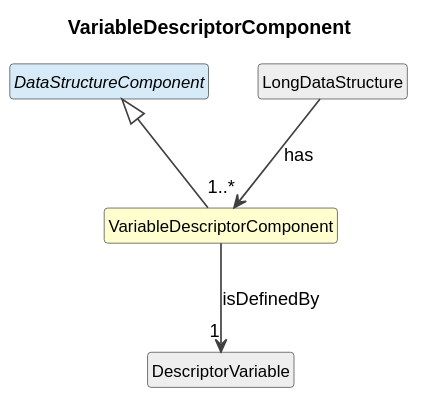
Before: cdif-uml-model/_plantuml/cdifDataStructure/Classes/VariableDescriptorComponent.svg, a diagram exported from PlantUML (Cross-Domain-Interoperability-Framework/metadataBuildingBlocks).
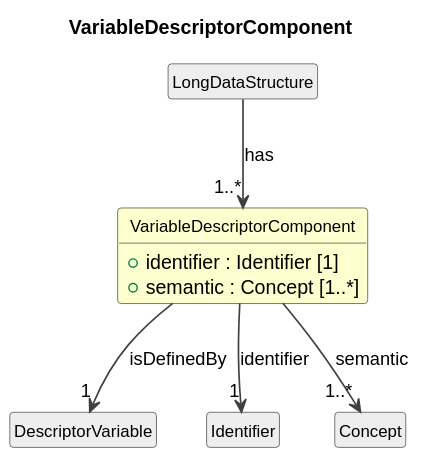
Later version of the same file.

The edit, as a diff of the source:
```diff
@@ -10,11 +10,16 @@
   FontSize 12
 }
 
-class "VariableDescriptorComponent" as VariableDescriptorComponent #FEFECE
-abstract class "DataStructureComponent" as DataStructureComponent #D6EAF8
-DataStructureComponent <|-- VariableDescriptorComponent
+class "VariableDescriptorComponent" as VariableDescriptorComponent #FEFECE {
+  +identifier : Identifier [1]
+  +semantic : Concept [1..*]
+}
 class "LongDataStructure" as LongDataStructure #EEEEEE
 LongDataStructure --> "1..*" VariableDescriptorComponent : has
 class "DescriptorVariable" as DescriptorVariable #EEEEEE
 VariableDescriptorComponent --> "1" DescriptorVariable : isDefinedBy
+class "Identifier" as Identifier #EEEEEE
+VariableDescriptorComponent --> "1" Identifier : identifier
+class "Concept" as Concept #EEEEEE
+VariableDescriptorComponent --> "1..*" Concept : semantic
 @enduml
```
